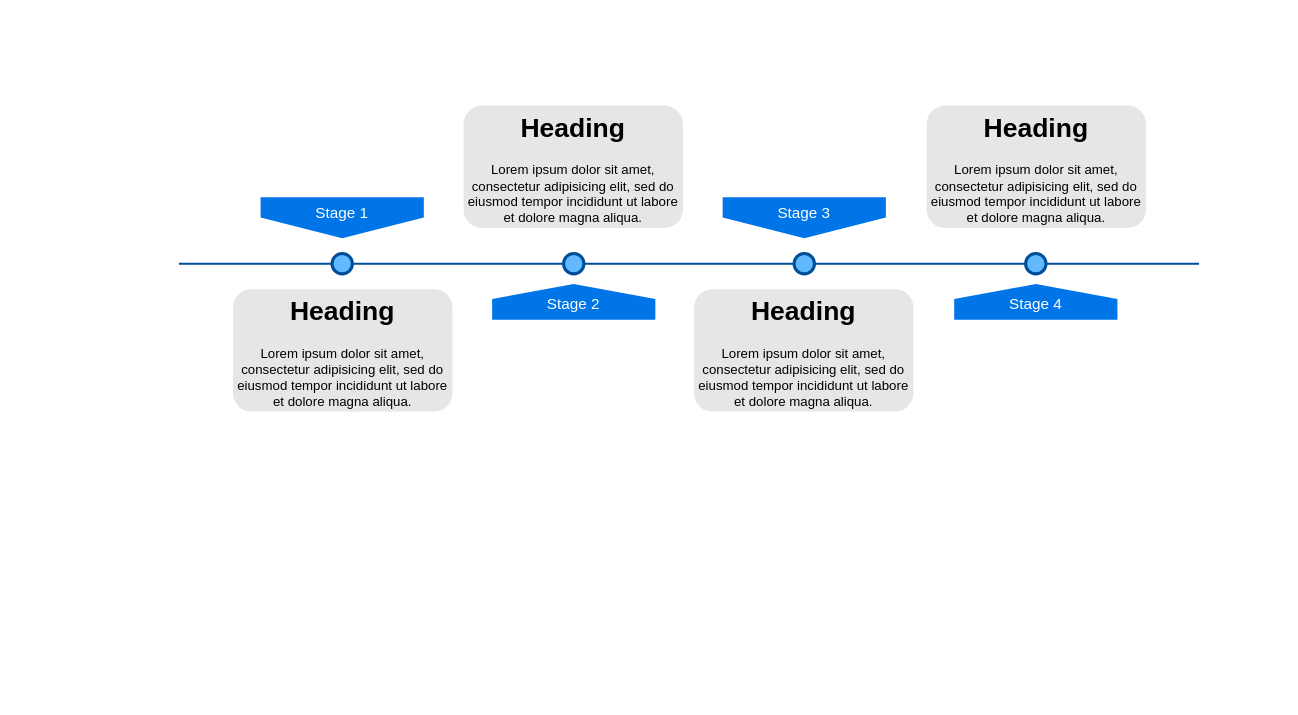
The draw.io diagram 4月具体工作安排.drawio in echotj/im, before the edit. Source tidied: cells renumbered, new cells numbered last; positions are measured from the earlier drawing's top-left corner, leaving out a move shared by most shapes. Both pictures are drawn from the tidied source at 102%, with x=0, y=0 at pixel (178, 105).
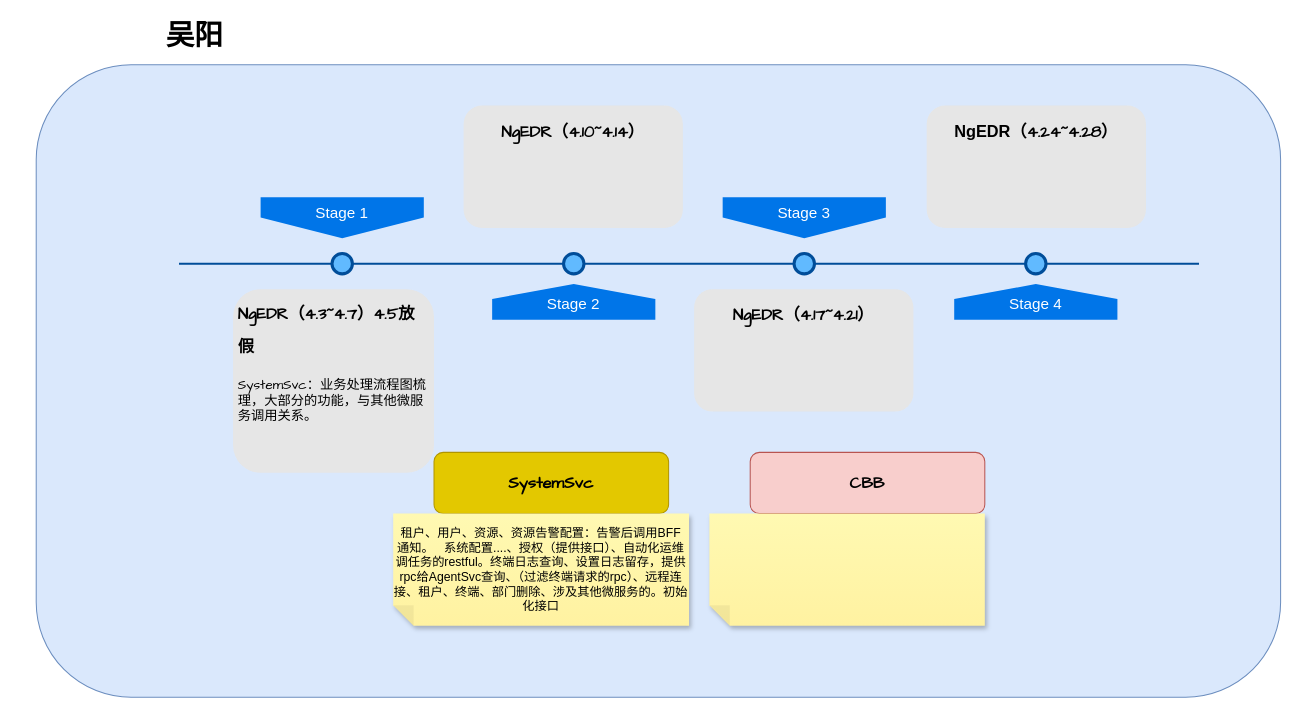
The same page after the edit.

Commit message (it also covers changes not shown here):
更新4月具体工作安排.drawio

What changed in the source:
```diff
@@
+    <mxCell id="15" style="rounded=1;whiteSpace=wrap;html=1;fillColor=#dae8fc;strokeColor=#6c8ebf;" parent="1" vertex="1">
+      <mxGeometry x="-140" y="-40" width="1220" height="620" as="geometry" />
+    </mxCell>
@@
-    <mxCell id="11" value="&lt;h1&gt;Heading&lt;/h1&gt;&lt;p&gt;Lorem ipsum dolor sit amet, consectetur adipisicing elit, sed do eiusmod tempor incididunt ut labore et dolore magna aliqua.&lt;/p&gt;" style="text;html=1;spacing=5;spacingTop=-20;whiteSpace=wrap;overflow=hidden;strokeColor=none;strokeWidth=3;fillColor=#E6E6E6;fontSize=13;fontColor=#000000;align=center;rounded=1;" parent="1" vertex="1">
-      <mxGeometry x="53" y="180" width="215" height="120" as="geometry" />
+    <mxCell id="11" value="&lt;h1&gt;&lt;font style=&quot;font-size: 16px;&quot;&gt;NgEDR（4.3~4.7）4.5放假&lt;/font&gt;&lt;/h1&gt;&lt;p style=&quot;&quot;&gt;SystemSvc：业务处理流程图梳理，大部分的功能，与其他微服务调用关系。&lt;/p&gt;&lt;p style=&quot;&quot;&gt;&lt;br&gt;&lt;/p&gt;" style="text;html=1;spacing=5;spacingTop=-20;whiteSpace=wrap;overflow=hidden;strokeColor=none;strokeWidth=3;fillColor=#E6E6E6;fontSize=13;fontColor=#000000;align=left;rounded=1;fontFamily=Comic Sans MS;" parent="1" vertex="1">
+      <mxGeometry x="53" y="180" width="197" height="180" as="geometry" />
     </mxCell>
-    <mxCell id="12" value="&lt;h1&gt;Heading&lt;/h1&gt;&lt;p&gt;Lorem ipsum dolor sit amet, consectetur adipisicing elit, sed do eiusmod tempor incididunt ut labore et dolore magna aliqua.&lt;/p&gt;" style="text;html=1;spacing=5;spacingTop=-20;whiteSpace=wrap;overflow=hidden;strokeColor=none;strokeWidth=3;fillColor=#E6E6E6;fontSize=13;fontColor=#000000;align=center;rounded=1;" parent="1" vertex="1">
+    <mxCell id="12" value="&lt;h1&gt;&lt;font face=&quot;Comic Sans MS&quot; style=&quot;font-size: 16px;&quot;&gt;NgEDR（4.10~4.14）&lt;/font&gt;&lt;/h1&gt;&lt;p&gt;&lt;br&gt;&lt;/p&gt;" style="text;html=1;spacing=5;spacingTop=-20;whiteSpace=wrap;overflow=hidden;strokeColor=none;strokeWidth=3;fillColor=#E6E6E6;fontSize=13;fontColor=#000000;align=center;rounded=1;" parent="1" vertex="1">
       <mxGeometry x="279" width="215" height="120" as="geometry" />
     </mxCell>
-    <mxCell id="13" value="&lt;h1&gt;Heading&lt;/h1&gt;&lt;p&gt;Lorem ipsum dolor sit amet, consectetur adipisicing elit, sed do eiusmod tempor incididunt ut labore et dolore magna aliqua.&lt;/p&gt;" style="text;html=1;spacing=5;spacingTop=-20;whiteSpace=wrap;overflow=hidden;strokeColor=none;strokeWidth=3;fillColor=#E6E6E6;fontSize=13;fontColor=#000000;align=center;rounded=1;" parent="1" vertex="1">
+    <mxCell id="13" value="&lt;h1&gt;&lt;font style=&quot;font-size: 16px;&quot; face=&quot;Comic Sans MS&quot;&gt;NgEDR（4.17~4.21）&lt;/font&gt;&lt;/h1&gt;&lt;p&gt;&lt;br&gt;&lt;/p&gt;" style="text;html=1;spacing=5;spacingTop=-20;whiteSpace=wrap;overflow=hidden;strokeColor=none;strokeWidth=3;fillColor=#E6E6E6;fontSize=13;fontColor=#000000;align=center;rounded=1;" parent="1" vertex="1">
       <mxGeometry x="505" y="180" width="215" height="120" as="geometry" />
     </mxCell>
-    <mxCell id="14" value="&lt;h1&gt;Heading&lt;/h1&gt;&lt;p&gt;Lorem ipsum dolor sit amet, consectetur adipisicing elit, sed do eiusmod tempor incididunt ut labore et dolore magna aliqua.&lt;/p&gt;" style="text;html=1;spacing=5;spacingTop=-20;whiteSpace=wrap;overflow=hidden;strokeColor=none;strokeWidth=3;fillColor=#E6E6E6;fontSize=13;fontColor=#000000;align=center;rounded=1;" parent="1" vertex="1">
+    <mxCell id="14" value="&lt;h1&gt;&lt;font style=&quot;font-size: 16px;&quot;&gt;NgEDR&lt;font face=&quot;Comic Sans MS&quot;&gt;（4.24~4.28）&lt;/font&gt;&lt;/font&gt;&lt;/h1&gt;&lt;p&gt;&lt;br&gt;&lt;/p&gt;" style="text;html=1;spacing=5;spacingTop=-20;whiteSpace=wrap;overflow=hidden;strokeColor=none;strokeWidth=3;fillColor=#E6E6E6;fontSize=13;fontColor=#000000;align=center;rounded=1;" parent="1" vertex="1">
       <mxGeometry x="733" width="215" height="120" as="geometry" />
     </mxCell>
+    <mxCell id="16" value="&lt;font size=&quot;1&quot; style=&quot;&quot;&gt;&lt;b style=&quot;font-size: 28px;&quot;&gt;吴阳&lt;/b&gt;&lt;/font&gt;" style="text;strokeColor=none;align=center;fillColor=none;html=1;verticalAlign=middle;whiteSpace=wrap;rounded=0;" parent="1" vertex="1">
+      <mxGeometry x="-158" y="-70" width="347" as="geometry" />
+    </mxCell>
+    <mxCell id="17" value="&lt;font style=&quot;font-size: 16px;&quot; face=&quot;Comic Sans MS&quot;&gt;&lt;b&gt;SystemSvc&lt;/b&gt;&lt;/font&gt;" style="rounded=1;whiteSpace=wrap;html=1;fillColor=#e3c800;fontColor=#000000;strokeColor=#B09500;" parent="1" vertex="1">
+      <mxGeometry x="250" y="340" width="230" height="60" as="geometry" />
+    </mxCell>
+    <mxCell id="18" value="租户、用户、资源、资源告警配置：告警后调用BFF 通知。&amp;nbsp; &amp;nbsp;系统配置....、授权（提供接口）、自动化运维调任务的restful。终端日志查询、设置日志留存，提供rpc给AgentSvc查询、（过滤终端请求的rpc）、远程连接、租户、终端、部门删除、涉及其他微服务的。初始化接口" style="shape=note;whiteSpace=wrap;html=1;backgroundOutline=1;fontColor=#000000;darkOpacity=0.05;fillColor=#FFF9B2;strokeColor=none;fillStyle=solid;direction=west;gradientDirection=north;gradientColor=#FFF2A1;shadow=1;size=20;" parent="1" vertex="1">
+      <mxGeometry x="210" y="400" width="290" height="110" as="geometry" />
+    </mxCell>
+    <mxCell id="19" value="&lt;font style=&quot;font-size: 16px;&quot; face=&quot;Comic Sans MS&quot;&gt;&lt;b&gt;CBB&lt;/b&gt;&lt;/font&gt;" style="rounded=1;whiteSpace=wrap;html=1;fillColor=#f8cecc;strokeColor=#b85450;" parent="1" vertex="1">
+      <mxGeometry x="560" y="340" width="230" height="60" as="geometry" />
+    </mxCell>
+    <mxCell id="20" style="shape=note;whiteSpace=wrap;html=1;backgroundOutline=1;fontColor=#000000;darkOpacity=0.05;fillColor=#FFF9B2;strokeColor=none;fillStyle=solid;direction=west;gradientDirection=north;gradientColor=#FFF2A1;shadow=1;size=20;" parent="1" vertex="1">
+      <mxGeometry x="520" y="400" width="270" height="110" as="geometry" />
+    </mxCell>
```
